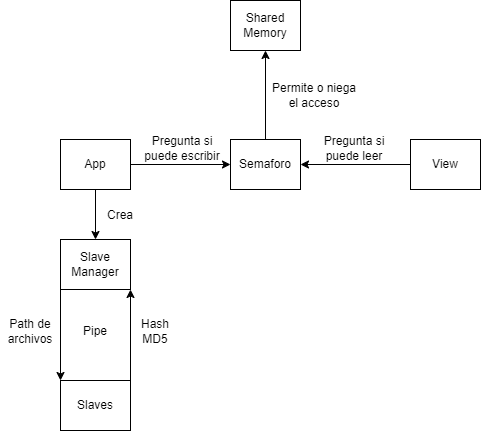
The draw.io diagram misc/diagrama_tp1so.png in mperezdegracia/IPC-md5, before a commit. Source tidied: cells renumbered, new cells last; positions are measured from the earlier drawing's top-left corner, leaving out a move shared by most shapes.
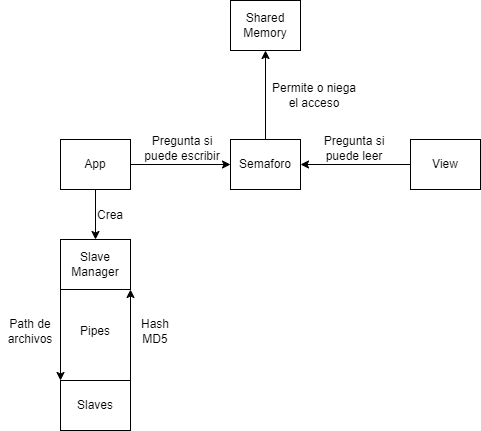
Later version of the same file.

Commit message:
Cambio en diagrama

Change to the diagram source:
```diff
@@ -42,9 +42,9 @@
       <mxGeometry x="142" y="133" width="80" height="30" as="geometry" />
     </mxCell>
     <mxCell id="15" value="Crea" style="text;html=1;strokeColor=none;fillColor=none;align=center;verticalAlign=middle;whiteSpace=wrap;rounded=0;" parent="1" vertex="1">
-      <mxGeometry x="100" y="200" width="40" height="30" as="geometry" />
+      <mxGeometry x="90" y="200" width="40" height="30" as="geometry" />
     </mxCell>
-    <mxCell id="16" value="Pipe" style="text;html=1;strokeColor=none;fillColor=none;align=center;verticalAlign=middle;whiteSpace=wrap;rounded=0;" parent="1" vertex="1">
+    <mxCell id="16" value="Pipes" style="text;html=1;strokeColor=none;fillColor=none;align=center;verticalAlign=middle;whiteSpace=wrap;rounded=0;" parent="1" vertex="1">
       <mxGeometry x="75" y="316" width="40" height="30" as="geometry" />
     </mxCell>
     <mxCell id="17" style="edgeStyle=orthogonalEdgeStyle;rounded=0;jettySize=auto;html=1;exitX=1;exitY=0;exitDx=0;exitDy=0;entryX=1;entryY=1;entryDx=0;entryDy=0;" parent="1" edge="1" source="18" target="11">
```
